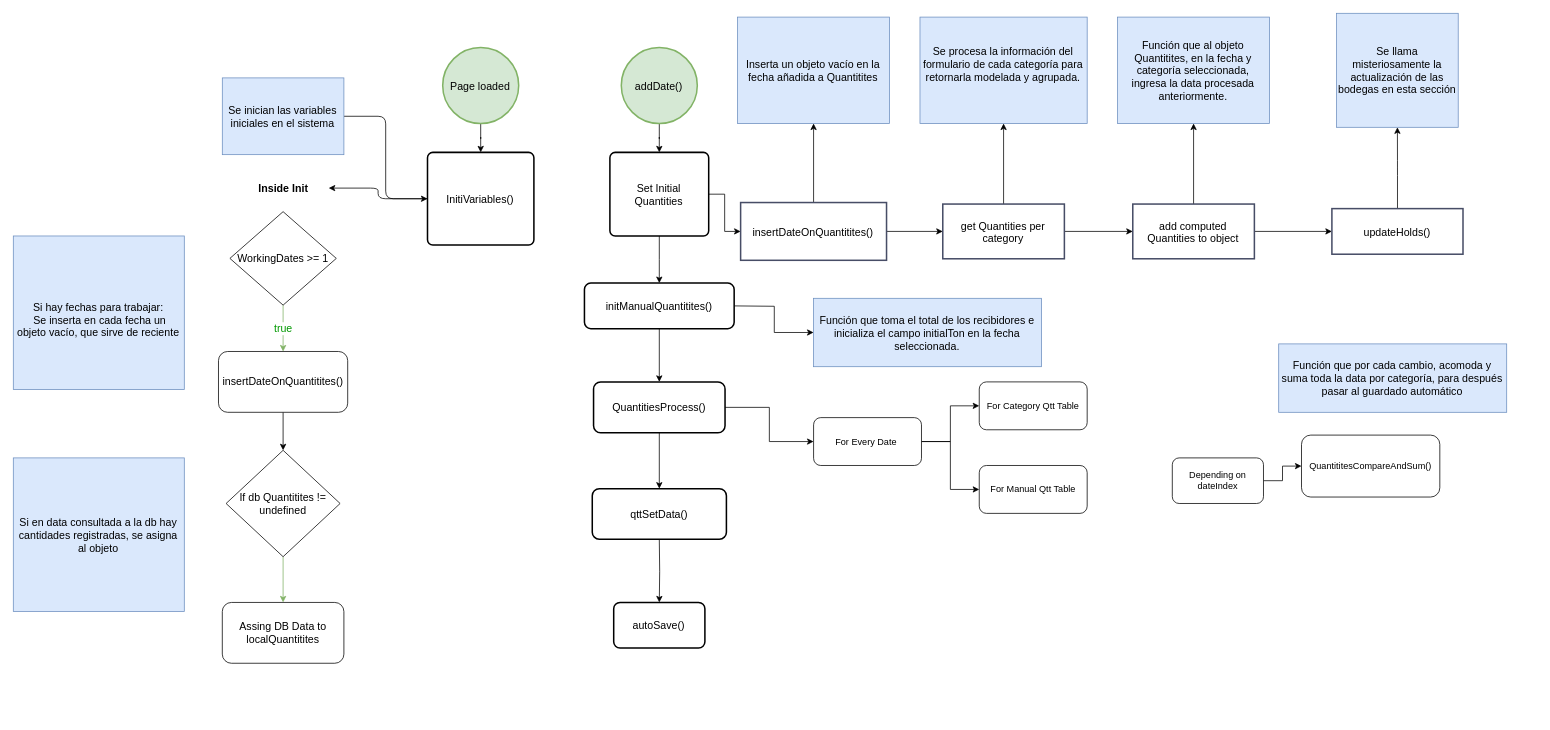
brianaqp/diagrams keeps this draw.io diagram as quantitites.drawio. Above is the earlier version. Source tidied: cells renumbered, new cells numbered last; positions are measured from the earlier drawing's top-left corner, leaving out a move shared by most shapes. Both pictures are drawn from the tidied source at 76%, with x=0, y=0 at pixel (13, 13).
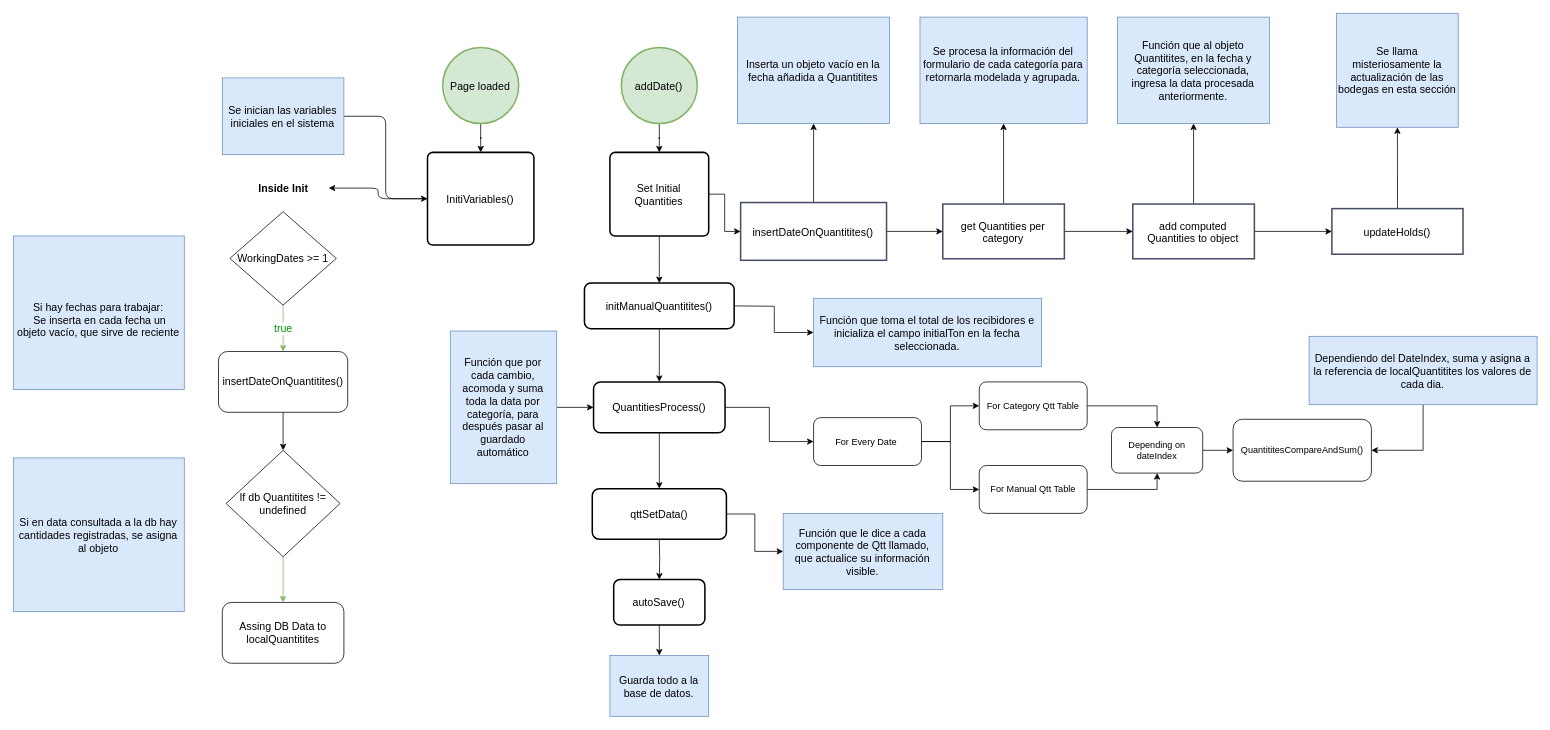
The same page after the edit.

Commit message:
initial y addDate terminados.

Unchanged cells that the change refers to:
```xml
<mxCell id="25" value="QuantitiesProcess()" style="whiteSpace=wrap;html=1;fontSize=14;rounded=1;arcSize=14;strokeWidth=2;fontStyle=0;labelBackgroundColor=none;labelBorderColor=none;spacingTop=1;spacing=6;spacingLeft=-1;spacingBottom=0;spacingRight=0;" parent="1" vertex="1">
  <mxGeometry x="763.5" y="485" width="173" height="67" as="geometry" />
</mxCell>
<mxCell id="27" value="qttSetData()" style="whiteSpace=wrap;html=1;fontSize=14;rounded=1;arcSize=14;strokeWidth=2;fontStyle=0;labelBackgroundColor=none;labelBorderColor=none;spacingTop=1;spacing=6;spacingLeft=-1;spacingBottom=0;spacingRight=0;" parent="1" vertex="1">
  <mxGeometry x="761.8" y="625.5" width="176.5" height="66.5" as="geometry" />
</mxCell>
<mxCell id="55" value="For Category Qtt Table" style="rounded=1;whiteSpace=wrap;html=1;" parent="1" vertex="1">
  <mxGeometry x="1271" y="485" width="142" height="63" as="geometry" />
</mxCell>
<mxCell id="56" value="For Manual Qtt Table" style="rounded=1;whiteSpace=wrap;html=1;" parent="1" vertex="1">
  <mxGeometry x="1271" y="595" width="142" height="63" as="geometry" />
</mxCell>
```

The edit, as a diff of the source:
```diff
@@
+    <mxCell id="57" style="edgeStyle=orthogonalEdgeStyle;rounded=0;jettySize=auto;html=1;" parent="1" edge="1" source="27" target="64">
+      <mxGeometry relative="1" as="geometry" />
+    </mxCell>
@@
+    <mxCell id="58" style="edgeStyle=orthogonalEdgeStyle;rounded=0;jettySize=auto;html=1;" parent="1" edge="1" source="28" target="65">
+      <mxGeometry relative="1" as="geometry" />
+    </mxCell>
     <mxCell id="28" value="autoSave()" style="whiteSpace=wrap;html=1;fontSize=14;rounded=1;arcSize=14;strokeWidth=2;fontStyle=0;labelBackgroundColor=none;labelBorderColor=none;spacingTop=1;spacing=6;spacingLeft=-1;spacingBottom=0;spacingRight=0;" parent="1" vertex="1">
-      <mxGeometry x="790" y="775.2" width="120" height="60" as="geometry" />
+      <mxGeometry x="790" y="745" width="120" height="60" as="geometry" />
     </mxCell>
@@
+    <mxCell id="59" style="edgeStyle=orthogonalEdgeStyle;rounded=0;jettySize=auto;html=1;" parent="1" edge="1" source="33" target="25">
+      <mxGeometry relative="1" as="geometry" />
+    </mxCell>
     <mxCell id="33" value="Función que por cada cambio, acomoda y suma toda la data por categoría, para después pasar al guardado automático" style="rounded=0;fontFamily=Helvetica;fontStyle=0;fontSize=14;labelPosition=center;verticalLabelPosition=middle;align=center;verticalAlign=middle;labelBackgroundColor=none;labelBorderColor=none;whiteSpace=wrap;html=1;spacingTop=1;spacing=6;spacingLeft=-1;spacingBottom=0;spacingRight=0;fillColor=#dae8fc;strokeColor=#6c8ebf;" parent="1" vertex="1">
-      <mxGeometry x="1665" y="435" width="300" height="90" as="geometry" />
+      <mxGeometry x="575" y="418.1" width="140" height="200.8" as="geometry" />
     </mxCell>
@@
     <mxCell id="53" value="Depending on dateIndex" style="rounded=1;whiteSpace=wrap;html=1;" parent="1" vertex="1">
-      <mxGeometry x="1525" y="585" width="120" height="60" as="geometry" />
+      <mxGeometry x="1445" y="545" width="120" height="60" as="geometry" />
     </mxCell>
     <mxCell id="54" value="QuantititesCompareAndSum()" style="rounded=1;whiteSpace=wrap;html=1;" parent="1" vertex="1">
-      <mxGeometry x="1695" y="555" width="182" height="81.5" as="geometry" />
+      <mxGeometry x="1605" y="534.2" width="182" height="81.5" as="geometry" />
     </mxCell>
+    <mxCell id="60" style="edgeStyle=orthogonalEdgeStyle;rounded=0;jettySize=auto;html=1;entryX=0.5;entryY=0;entryDx=0;entryDy=0;" parent="1" edge="1" source="55" target="53">
+      <mxGeometry relative="1" as="geometry" />
+    </mxCell>
@@
+    <mxCell id="61" style="edgeStyle=orthogonalEdgeStyle;rounded=0;jettySize=auto;html=1;entryX=0.5;entryY=1;entryDx=0;entryDy=0;" parent="1" edge="1" source="56" target="53">
+      <mxGeometry relative="1" as="geometry" />
+    </mxCell>
@@
+    <mxCell id="62" style="edgeStyle=orthogonalEdgeStyle;rounded=0;jettySize=auto;html=1;entryX=1;entryY=0.5;entryDx=0;entryDy=0;" parent="1" edge="1" source="63" target="54">
+      <mxGeometry relative="1" as="geometry" />
+    </mxCell>
+    <mxCell id="63" value="Dependiendo del DateIndex, suma y asigna a la referencia de localQuantitites los valores de cada dia." style="rounded=0;fontFamily=Helvetica;fontStyle=0;fontSize=14;labelPosition=center;verticalLabelPosition=middle;align=center;verticalAlign=middle;labelBackgroundColor=none;labelBorderColor=none;whiteSpace=wrap;html=1;spacingTop=1;spacing=6;spacingLeft=-1;spacingBottom=0;spacingRight=0;fillColor=#dae8fc;strokeColor=#6c8ebf;" parent="1" vertex="1">
+      <mxGeometry x="1705" y="425" width="300" height="90" as="geometry" />
+    </mxCell>
+    <mxCell id="64" value="Función que le dice a cada componente de Qtt llamado, que actualice su información visible." style="rounded=0;fontFamily=Helvetica;fontStyle=0;fontSize=14;labelPosition=center;verticalLabelPosition=middle;align=center;verticalAlign=middle;labelBackgroundColor=none;labelBorderColor=none;whiteSpace=wrap;html=1;spacingTop=1;spacing=6;spacingLeft=-1;spacingBottom=0;spacingRight=0;fillColor=#dae8fc;strokeColor=#6c8ebf;" parent="1" vertex="1">
+      <mxGeometry x="1013" y="658" width="210" height="100" as="geometry" />
+    </mxCell>
+    <mxCell id="65" value="Guarda todo a la base de datos." style="rounded=0;fontFamily=Helvetica;fontStyle=0;fontSize=14;labelPosition=center;verticalLabelPosition=middle;align=center;verticalAlign=middle;labelBackgroundColor=none;labelBorderColor=none;whiteSpace=wrap;html=1;spacingTop=1;spacing=6;spacingLeft=-1;spacingBottom=0;spacingRight=0;fillColor=#dae8fc;strokeColor=#6c8ebf;" parent="1" vertex="1">
+      <mxGeometry x="785" y="845" width="130" height="80" as="geometry" />
+    </mxCell>
```
